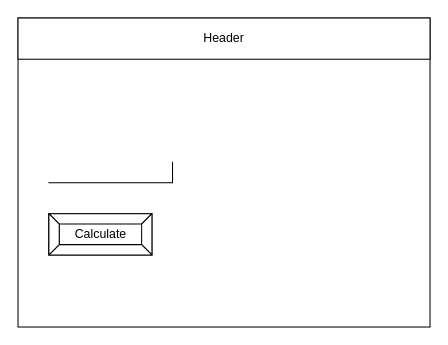
This is design/story-board.drawio from Ali-Mugamai/ICS20-6-02-JS, a draw.io file, before an edit. Source tidied: cells renumbered, new cells numbered last; positions are measured from the earlier drawing's top-left corner, leaving out a move shared by most shapes. Both pictures are drawn from the tidied source at 103%, with x=0, y=0 at pixel (18, 18).
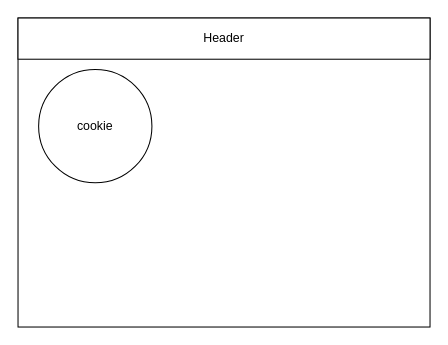
The same diagram, later.

Diff of the diagram source:
```diff
@@
 <mxGraphModel>
   <root>
     <mxCell id="0" />
     <mxCell id="1" parent="0" />
     <mxCell id="2" style="rounded=0;whiteSpace=wrap;html=1;" parent="1" vertex="1">
       <mxGeometry width="400" height="300" as="geometry" />
     </mxCell>
     <mxCell id="3" value="Header" style="rounded=0;whiteSpace=wrap;html=1;" parent="1" vertex="1">
       <mxGeometry width="400" height="40" as="geometry" />
     </mxCell>
-    <mxCell id="4" style="shape=partialRectangle;whiteSpace=wrap;html=1;top=0;left=0;fillColor=none;" parent="1" vertex="1">
-      <mxGeometry x="30" y="140" width="120" height="20" as="geometry" />
-    </mxCell>
-    <mxCell id="5" value="Calculate" style="labelPosition=center;verticalLabelPosition=middle;align=center;html=1;shape=mxgraph.basic.button;dx=10;" parent="1" vertex="1">
-      <mxGeometry x="30" y="190" width="100" height="40" as="geometry" />
+    <mxCell id="5" value="cookie" style="ellipse;whiteSpace=wrap;html=1;" parent="1" vertex="1">
+      <mxGeometry x="20" y="50" width="110" height="110" as="geometry" />
     </mxCell>
   </root>
 </mxGraphModel>
```
